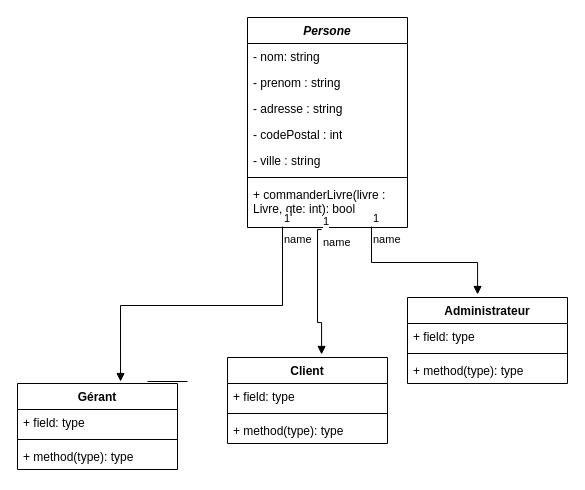
Before: diagrammedeclasse.drawio in NolhanDolou/SAE_JAVA, a draw.io diagram. Source tidied: cells renumbered, new cells numbered last; positions are measured from the earlier drawing's top-left corner, leaving out a move shared by most shapes. Both pictures are drawn from the tidied source at 100%, with x=0, y=0 at pixel (17, 17).
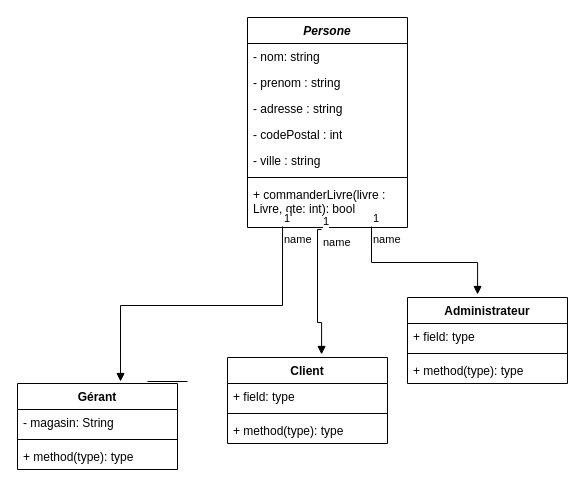
The same page after the edit.

Commit message:
Mettre à jour diagrammedeclasse.drawio

The change refers to these unchanged cells:
```xml
<mxCell id="18" value="Gérant" style="swimlane;fontStyle=1;align=center;verticalAlign=top;horizontal=1;startSize=26;whiteSpace=wrap;html=1;" parent="1" vertex="1">
  <mxGeometry y="366" width="160" height="86" as="geometry" />
</mxCell>
```

The edit, as a diff of the source:
```diff
@@
-    <mxCell id="19" value="+ field: type" style="text;strokeColor=none;fillColor=none;align=left;verticalAlign=top;spacingLeft=4;spacingRight=4;overflow=hidden;whiteSpace=wrap;html=1;" parent="18" vertex="1">
+    <mxCell id="19" value="- magasin: String" style="text;strokeColor=none;fillColor=none;align=left;verticalAlign=top;spacingLeft=4;spacingRight=4;overflow=hidden;whiteSpace=wrap;html=1;" parent="18" vertex="1">
       <mxGeometry y="26" width="160" height="26" as="geometry" />
     </mxCell>
```
